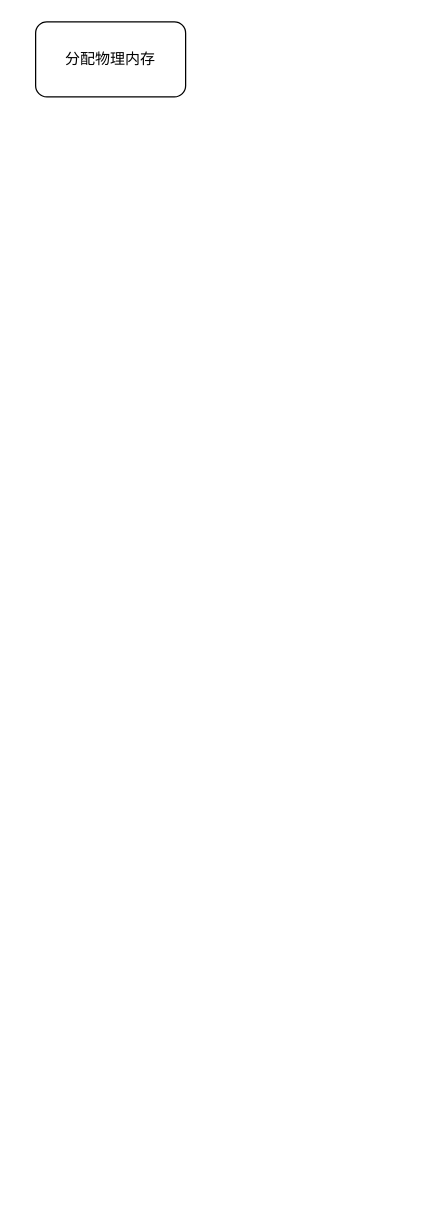
Earlier version of the draw.io diagram linux内存回收.drawio (Netech-DevNote/itquestions_pictures). Source tidied: cells renumbered, new cells numbered last; positions are measured from the earlier drawing's top-left corner, leaving out a move shared by most shapes. Both pictures are drawn from the tidied source at 125%, with x=0, y=0 at pixel (35, 21).
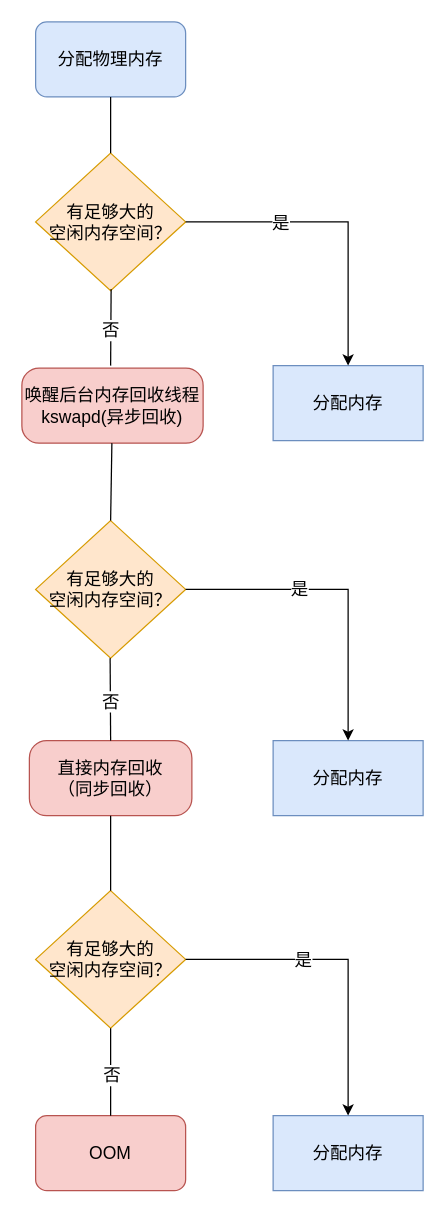
The same page after the edit.

Commit message:
更新linux内存回收.drawio

Diff of the diagram source:
```diff
@@
-    <mxCell id="2" value="分配物理内存" style="rounded=1;whiteSpace=wrap;html=1;" parent="1" vertex="1">
+    <mxCell id="2" value="分配物理内存" style="rounded=1;whiteSpace=wrap;html=1;fillColor=#dae8fc;strokeColor=#6c8ebf;fontSize=14;" parent="1" vertex="1">
       <mxGeometry width="120" height="60" as="geometry" />
     </mxCell>
+    <mxCell id="3" value="有足够大的&lt;br style=&quot;font-size: 14px;&quot;&gt;空闲内存空间？" style="rhombus;whiteSpace=wrap;html=1;fillColor=#ffe6cc;strokeColor=#d79b00;fontSize=14;" parent="1" vertex="1">
+      <mxGeometry y="105" width="120" height="110" as="geometry" />
+    </mxCell>
+    <mxCell id="4" value="唤醒后台内存回收线程&lt;br style=&quot;font-size: 14px;&quot;&gt;kswapd(异步回收)" style="rounded=1;whiteSpace=wrap;html=1;arcSize=23;fillColor=#f8cecc;strokeColor=#b85450;fontSize=14;" parent="1" vertex="1">
+      <mxGeometry x="-11" y="277" width="145" height="60" as="geometry" />
+    </mxCell>
+    <mxCell id="5" value="有足够大的&lt;br style=&quot;font-size: 14px;&quot;&gt;空闲内存空间？" style="rhombus;whiteSpace=wrap;html=1;fillColor=#ffe6cc;strokeColor=#d79b00;fontSize=14;" parent="1" vertex="1">
+      <mxGeometry y="399" width="120" height="110" as="geometry" />
+    </mxCell>
+    <mxCell id="6" value="直接内存回收&lt;br style=&quot;font-size: 14px;&quot;&gt;（同步回收）" style="rounded=1;whiteSpace=wrap;html=1;arcSize=23;fillColor=#f8cecc;strokeColor=#b85450;fontSize=14;" parent="1" vertex="1">
+      <mxGeometry x="-5" y="575" width="130" height="60" as="geometry" />
+    </mxCell>
+    <mxCell id="7" value="有足够大的&lt;br style=&quot;font-size: 14px;&quot;&gt;空闲内存空间？" style="rhombus;whiteSpace=wrap;html=1;fillColor=#ffe6cc;strokeColor=#d79b00;fontSize=14;" parent="1" vertex="1">
+      <mxGeometry y="695" width="120" height="110" as="geometry" />
+    </mxCell>
+    <mxCell id="8" value="OOM" style="rounded=1;whiteSpace=wrap;html=1;fillColor=#f8cecc;strokeColor=#b85450;fontSize=14;" parent="1" vertex="1">
+      <mxGeometry y="875" width="120" height="60" as="geometry" />
+    </mxCell>
+    <mxCell id="9" style="endArrow=none;html=1;rounded=0;entryX=0.5;entryY=1;entryDx=0;entryDy=0;exitX=0.5;exitY=0;exitDx=0;exitDy=0;fontSize=14;" parent="1" edge="1" source="3" target="2">
+      <mxGeometry relative="1" as="geometry" />
+    </mxCell>
+    <mxCell id="10" style="endArrow=none;html=1;rounded=0;entryX=0.5;entryY=1;entryDx=0;entryDy=0;fontSize=14;" parent="1" edge="1">
+      <mxGeometry relative="1" as="geometry">
+        <mxPoint x="60" y="275" as="sourcePoint" />
+        <mxPoint x="60.4" y="213.8" as="targetPoint" />
+      </mxGeometry>
+    </mxCell>
+    <mxCell id="11" value="否" style="edgeLabel;html=1;align=center;verticalAlign=middle;fontSize=14;" parent="10" vertex="1">
+      <mxGeometry x="-0.07" y="1" relative="1" as="geometry" />
+    </mxCell>
+    <mxCell id="12" style="endArrow=none;html=1;rounded=0;exitX=0.5;exitY=0;exitDx=0;exitDy=0;fontSize=14;" parent="1" edge="1" source="5" target="4">
+      <mxGeometry relative="1" as="geometry" />
+    </mxCell>
+    <mxCell id="13" style="endArrow=none;html=1;rounded=0;fontSize=14;" parent="1" edge="1">
+      <mxGeometry relative="1" as="geometry">
+        <mxPoint x="60" y="575" as="sourcePoint" />
+        <mxPoint x="59.6" y="509" as="targetPoint" />
+      </mxGeometry>
+    </mxCell>
+    <mxCell id="14" value="否" style="edgeLabel;html=1;align=center;verticalAlign=middle;fontSize=14;" parent="13" vertex="1">
+      <mxGeometry x="0.34" y="-1" relative="1" as="geometry">
+        <mxPoint x="-1" y="13" as="offset" />
+      </mxGeometry>
+    </mxCell>
+    <mxCell id="15" style="endArrow=none;html=1;rounded=0;entryX=0.5;entryY=1;entryDx=0;entryDy=0;fontSize=14;" parent="1" edge="1" source="7" target="6">
+      <mxGeometry relative="1" as="geometry" />
+    </mxCell>
+    <mxCell id="16" style="endArrow=none;html=1;rounded=0;exitX=0.5;exitY=0;exitDx=0;exitDy=0;entryX=0.5;entryY=1;entryDx=0;entryDy=0;fontSize=14;" parent="1" edge="1" source="8" target="7">
+      <mxGeometry relative="1" as="geometry" />
+    </mxCell>
+    <mxCell id="17" value="否" style="edgeLabel;html=1;align=center;verticalAlign=middle;fontSize=14;" parent="16" vertex="1">
+      <mxGeometry x="-0.05" relative="1" as="geometry" />
+    </mxCell>
+    <mxCell id="18" value="分配内存" style="rounded=0;whiteSpace=wrap;html=1;fillColor=#dae8fc;strokeColor=#6c8ebf;fontSize=14;" parent="1" vertex="1">
+      <mxGeometry x="190" y="275" width="120" height="60" as="geometry" />
+    </mxCell>
+    <mxCell id="19" style="endArrow=classic;html=1;rounded=0;exitX=1;exitY=0.5;exitDx=0;exitDy=0;entryX=0.5;entryY=0;entryDx=0;entryDy=0;edgeStyle=orthogonalEdgeStyle;fontSize=14;" parent="1" edge="1" source="3" target="18">
+      <mxGeometry relative="1" as="geometry" />
+    </mxCell>
+    <mxCell id="20" value="是" style="edgeLabel;html=1;align=center;verticalAlign=middle;fontSize=14;" parent="19" vertex="1">
+      <mxGeometry x="-0.05" y="-3" relative="1" as="geometry">
+        <mxPoint x="-41" y="-3" as="offset" />
+      </mxGeometry>
+    </mxCell>
+    <mxCell id="21" value="分配内存" style="rounded=0;whiteSpace=wrap;html=1;fillColor=#dae8fc;strokeColor=#6c8ebf;fontSize=14;" parent="1" vertex="1">
+      <mxGeometry x="190" y="575" width="120" height="60" as="geometry" />
+    </mxCell>
+    <mxCell id="22" style="endArrow=classic;html=1;rounded=0;exitX=1;exitY=0.5;exitDx=0;exitDy=0;entryX=0.5;entryY=0;entryDx=0;entryDy=0;edgeStyle=orthogonalEdgeStyle;fontSize=14;" parent="1" edge="1" source="5" target="21">
+      <mxGeometry relative="1" as="geometry" />
+    </mxCell>
+    <mxCell id="23" value="是" style="edgeLabel;html=1;align=center;verticalAlign=middle;fontSize=14;" parent="22" vertex="1">
+      <mxGeometry x="0.01" y="-3" relative="1" as="geometry">
+        <mxPoint x="-37" y="-4" as="offset" />
+      </mxGeometry>
+    </mxCell>
+    <mxCell id="24" value="分配内存" style="rounded=0;whiteSpace=wrap;html=1;fillColor=#dae8fc;strokeColor=#6c8ebf;fontSize=14;" parent="1" vertex="1">
+      <mxGeometry x="190" y="875" width="120" height="60" as="geometry" />
+    </mxCell>
+    <mxCell id="25" style="endArrow=classic;html=1;rounded=0;exitX=1;exitY=0.5;exitDx=0;exitDy=0;entryX=0.5;entryY=0;entryDx=0;entryDy=0;edgeStyle=orthogonalEdgeStyle;fontSize=14;" parent="1" edge="1" source="7" target="24">
+      <mxGeometry relative="1" as="geometry" />
+    </mxCell>
+    <mxCell id="26" value="是" style="edgeLabel;html=1;align=center;verticalAlign=middle;fontSize=14;" parent="25" vertex="1">
+      <mxGeometry x="-0.27" relative="1" as="geometry" />
+    </mxCell>
```
